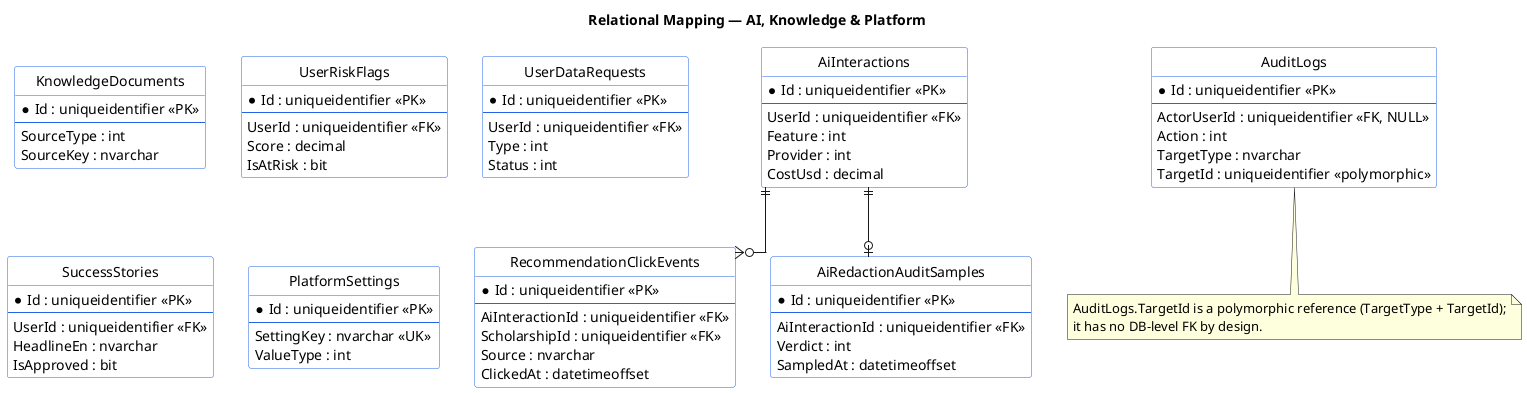
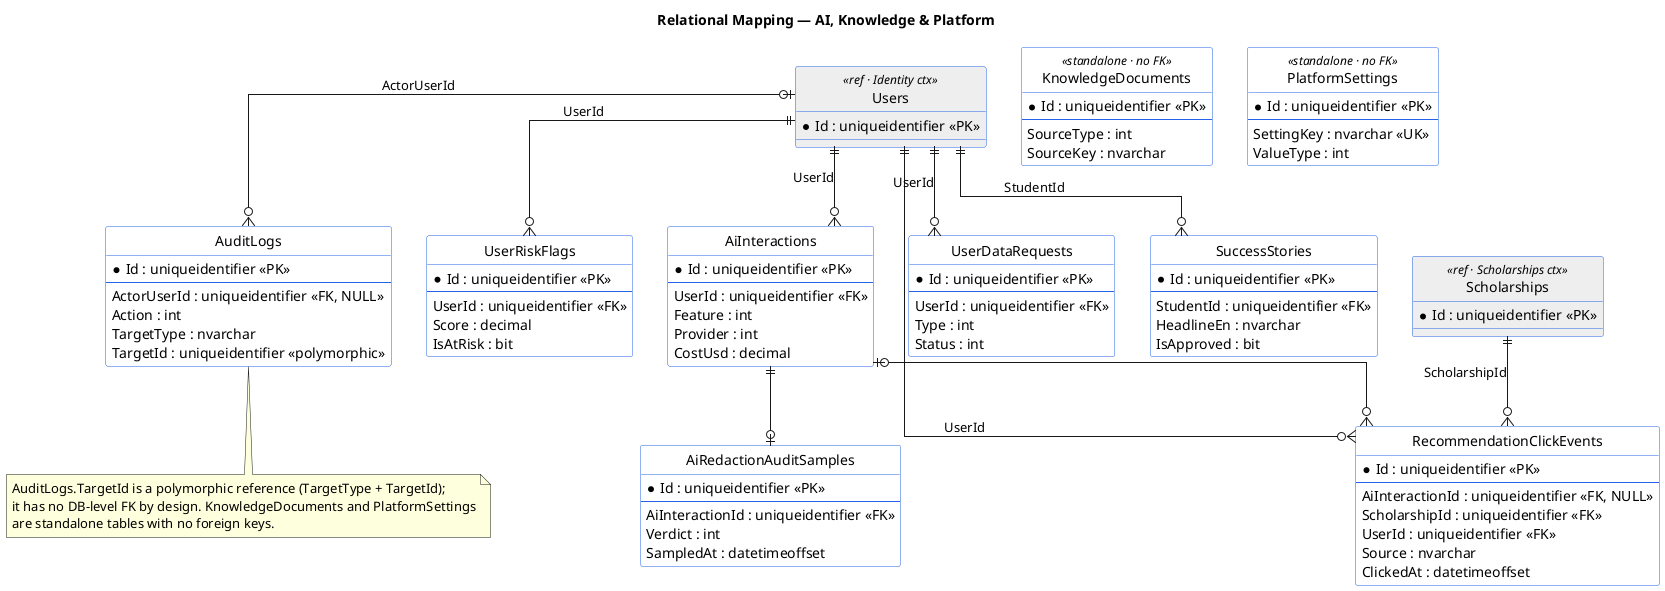
@startuml mapping-06-ai-platform
title Relational Mapping — AI, Knowledge & Platform

skinparam linetype ortho
hide circle
skinparam class {
  BackgroundColor White
  BorderColor #2563eb
+ }
+ 
+ ' ----- reference tables owned by other contexts (shown so FKs have a target) -----
+ entity "Users" as users <<ref · Identity ctx>> #EEEEEE {
+   *Id : uniqueidentifier <<PK>>
+ }
+ entity "Scholarships" as sch <<ref · Scholarships ctx>> #EEEEEE {
+   *Id : uniqueidentifier <<PK>>
}

entity "AiInteractions" as ai {
  *Id : uniqueidentifier <<PK>>
  --
  UserId : uniqueidentifier <<FK>>
  Feature : int
  Provider : int
  CostUsd : decimal
}

entity "RecommendationClickEvents" as rce {
  *Id : uniqueidentifier <<PK>>
  --
-   AiInteractionId : uniqueidentifier <<FK>>
+   AiInteractionId : uniqueidentifier <<FK, NULL>>
  ScholarshipId : uniqueidentifier <<FK>>
+   UserId : uniqueidentifier <<FK>>
  Source : nvarchar
  ClickedAt : datetimeoffset
}

entity "AiRedactionAuditSamples" as ras {
  *Id : uniqueidentifier <<PK>>
  --
  AiInteractionId : uniqueidentifier <<FK>>
  Verdict : int
  SampledAt : datetimeoffset
- }
- 
- entity "KnowledgeDocuments" as kd {
-   *Id : uniqueidentifier <<PK>>
-   --
-   SourceType : int
-   SourceKey : nvarchar
}

entity "UserRiskFlags" as urf {
  *Id : uniqueidentifier <<PK>>
  --
  UserId : uniqueidentifier <<FK>>
  Score : decimal
  IsAtRisk : bit
}

entity "AuditLogs" as al {
  *Id : uniqueidentifier <<PK>>
  --
  ActorUserId : uniqueidentifier <<FK, NULL>>
  Action : int
  TargetType : nvarchar
  TargetId : uniqueidentifier <<polymorphic>>
}

entity "UserDataRequests" as udr {
  *Id : uniqueidentifier <<PK>>
  --
  UserId : uniqueidentifier <<FK>>
  Type : int
  Status : int
}

entity "SuccessStories" as ss {
  *Id : uniqueidentifier <<PK>>
  --
-   UserId : uniqueidentifier <<FK>>
+   StudentId : uniqueidentifier <<FK>>
  HeadlineEn : nvarchar
  IsApproved : bit
}

- entity "PlatformSettings" as pst {
+ entity "KnowledgeDocuments" as kd <<standalone · no FK>> {
+   *Id : uniqueidentifier <<PK>>
+   --
+   SourceType : int
+   SourceKey : nvarchar
+ }
+ 
+ entity "PlatformSettings" as pst <<standalone · no FK>> {
  *Id : uniqueidentifier <<PK>>
  --
  SettingKey : nvarchar <<UK>>
  ValueType : int
}

- ai ||--o{ rce
+ ' ----- intra-context FKs -----
+ ai |o--o{ rce
ai ||--o| ras
+ 
+ ' ----- cross-context FKs -----
+ users ||--o{ ai  : UserId
+ users ||--o{ rce : UserId
+ sch   ||--o{ rce : ScholarshipId
+ users ||--o{ urf : UserId
+ users |o--o{ al  : ActorUserId
+ users ||--o{ udr : UserId
+ users ||--o{ ss  : StudentId

note bottom of al
  AuditLogs.TargetId is a polymorphic reference (TargetType + TargetId);
-   it has no DB-level FK by design.
+   it has no DB-level FK by design. KnowledgeDocuments and PlatformSettings
+   are standalone tables with no foreign keys.
end note
@enduml
